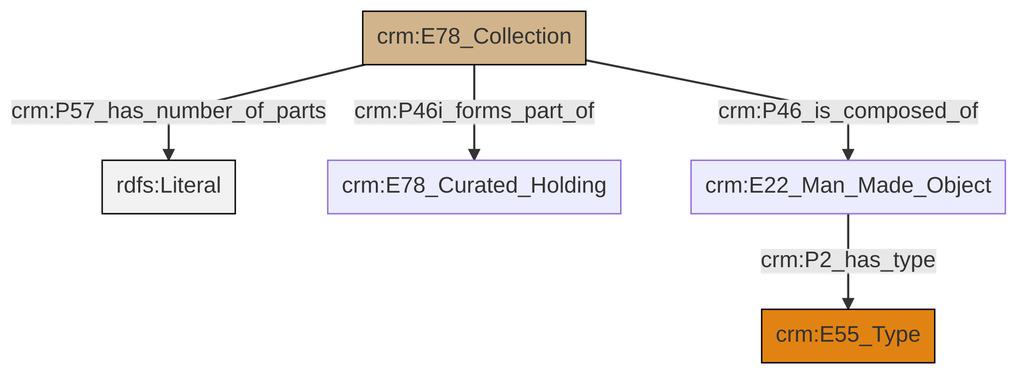
Above: et/archivalCSV/ttl/mmd/png/archival_parthood.png in swiss-art-research-net/docs.swissartresearch (Mermaid), before the change. Its source is kept beside it as et/archivalCSV/ttl/mmd/archival_parthood.ttl.mmd.
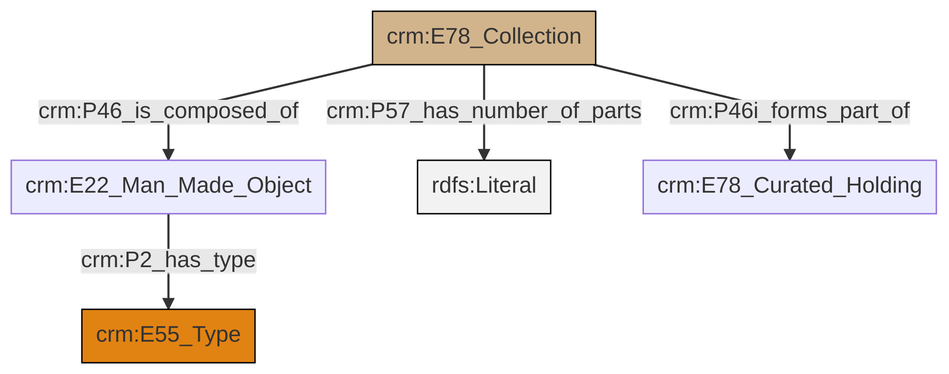
The same file after the commit.

Change to the diagram source:
```diff
@@ -13,7 +13,7 @@
 classDef PC_Classes fill:#4ce600, stroke:#000000;
 classDef Multi fill:#cccccc,stroke:#000000;
 
-0["crm:E78_Collection"]:::Physical_Thing -->|crm:P57_has_number_of_parts| 2[rdfs:Literal]:::Literal
-0["crm:E78_Collection"]:::Physical_Thing -->|crm:P46i_forms_part_of| 3["crm:E78_Curated_Holding"]:::Default
-4["crm:E22_Man_Made_Object"]:::Default -->|crm:P2_has_type| 5["crm:E55_Type"]:::Type
-0["crm:E78_Collection"]:::Physical_Thing -->|crm:P46_is_composed_of| 4["crm:E22_Man_Made_Object"]:::Default
+0["crm:E78_Collection"]:::Physical_Thing -->|crm:P57_has_number_of_parts| 4[rdfs:Literal]:::Literal
+2["crm:E22_Man_Made_Object"]:::Default -->|crm:P2_has_type| 5["crm:E55_Type"]:::Type
+0["crm:E78_Collection"]:::Physical_Thing -->|crm:P46_is_composed_of| 2["crm:E22_Man_Made_Object"]:::Default
+0["crm:E78_Collection"]:::Physical_Thing -->|crm:P46i_forms_part_of| 7["crm:E78_Curated_Holding"]:::Default
```
